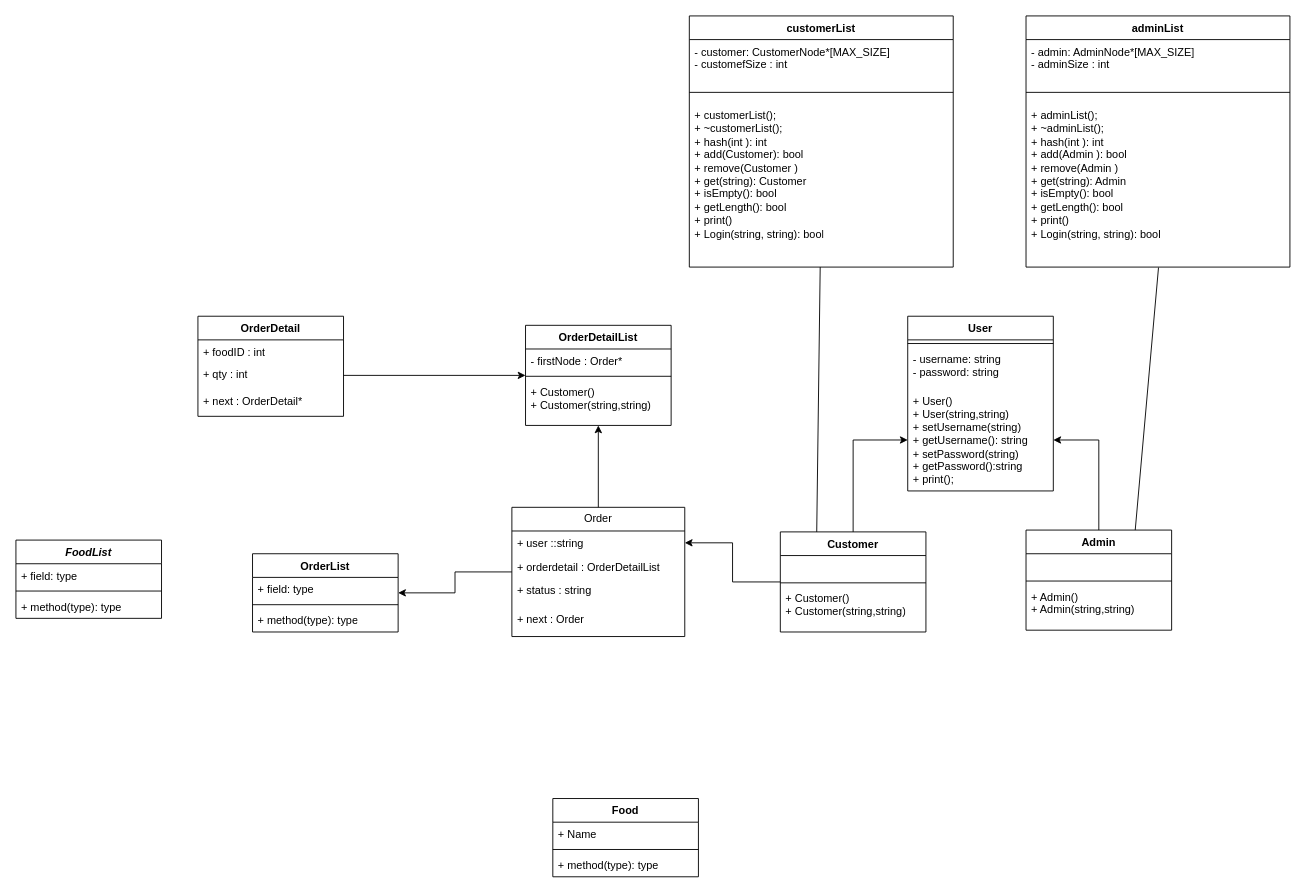
Earlier version of the draw.io diagram Assginment.drawio (a1dss/DSA_Assignment). Source tidied: cells renumbered, new cells numbered last; positions are measured from the earlier drawing's top-left corner, leaving out a move shared by most shapes. Both pictures are drawn from the tidied source at 91%, with x=0, y=0 at pixel (15, 15).
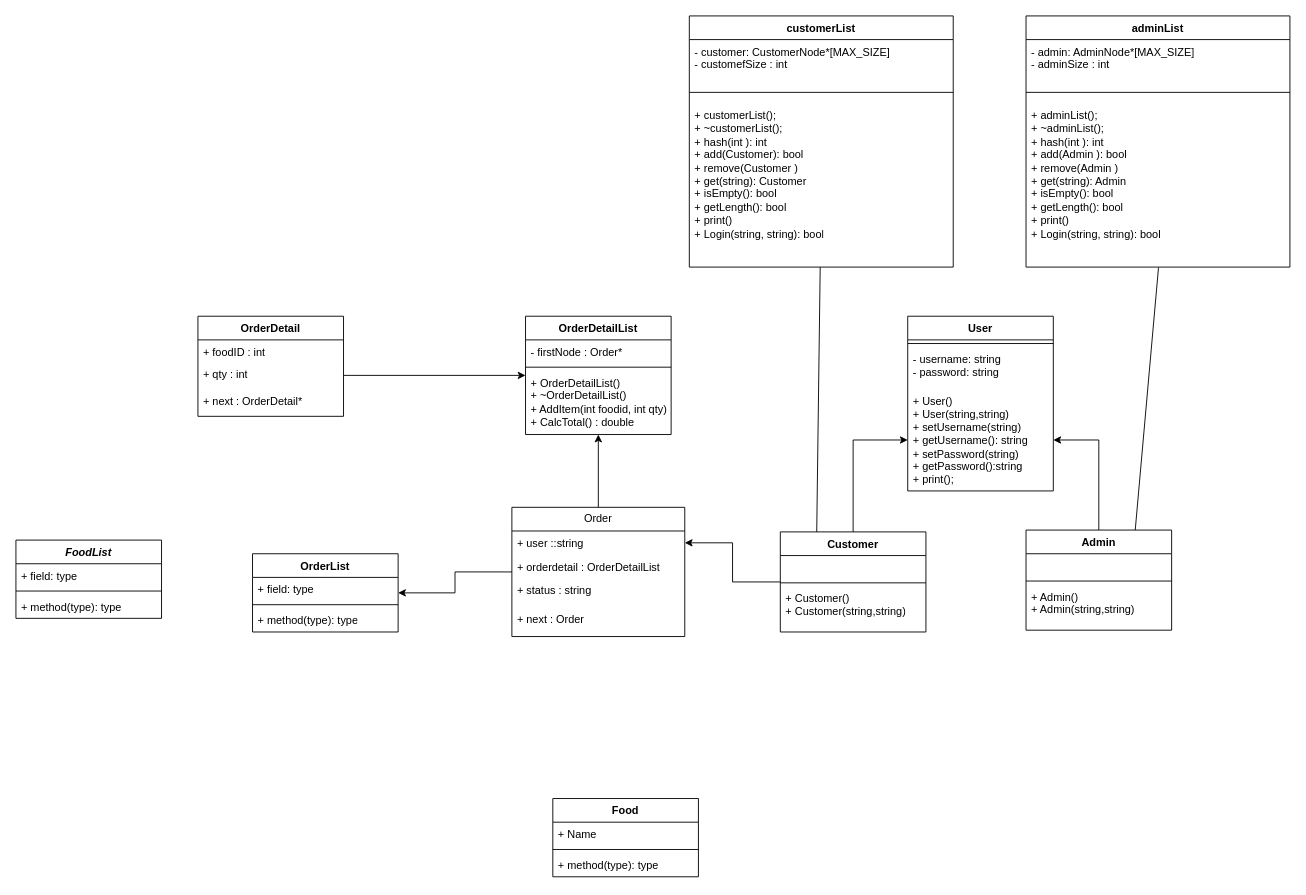
After the change.

Change to the diagram source:
```diff
@@
     <mxCell id="25" value="OrderDetailList" style="swimlane;fontStyle=1;align=center;verticalAlign=top;horizontal=1;startSize=26;whiteSpace=wrap;html=1;" parent="1" vertex="1">
-      <mxGeometry x="560" y="340" width="160" height="110" as="geometry" />
+      <mxGeometry x="560" y="330" width="160" height="130" as="geometry" />
     </mxCell>
@@
-    <mxCell id="28" value="+ Customer()&lt;br style=&quot;border-color: var(--border-color);&quot;&gt;+ Customer(string,string)" style="text;strokeColor=none;fillColor=none;align=left;verticalAlign=top;spacingLeft=4;spacingRight=4;overflow=hidden;whiteSpace=wrap;html=1;" parent="25" vertex="1">
-      <mxGeometry y="60" width="160" height="50" as="geometry" />
+    <mxCell id="28" value="+ OrderDetailList()&lt;br style=&quot;border-color: var(--border-color);&quot;&gt;+ ~OrderDetailList()&lt;br&gt;+ AddItem(int foodid, int qty)&lt;br&gt;+ CalcTotal() : double" style="text;strokeColor=none;fillColor=none;align=left;verticalAlign=top;spacingLeft=4;spacingRight=4;overflow=hidden;whiteSpace=wrap;html=1;" parent="25" vertex="1">
+      <mxGeometry y="60" width="160" height="70" as="geometry" />
     </mxCell>
```
